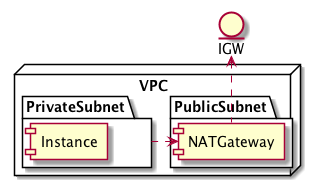
Above: devops/img/aws_nat.png in ruanhao/basset (PlantUML), before the change. Its diagram source:
```plantuml
@startuml

entity IGW


node "VPC" {
  package "PublicSubnet" {
    [NATGateway]
  }

  package "PrivateSubnet" {
    [Instance]
  }
}

NATGateway <.left. PrivateSubnet
NATGateway .up.> IGW

@enduml
```
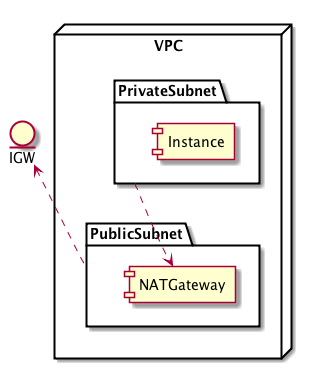
Above is the later version.

Change to the diagram source:
```diff
@@ -14,6 +14,6 @@
 }
 
 NATGateway <.left. PrivateSubnet
-NATGateway .up.> IGW
+PublicSubnet .up.> IGW
 
 @enduml
```
